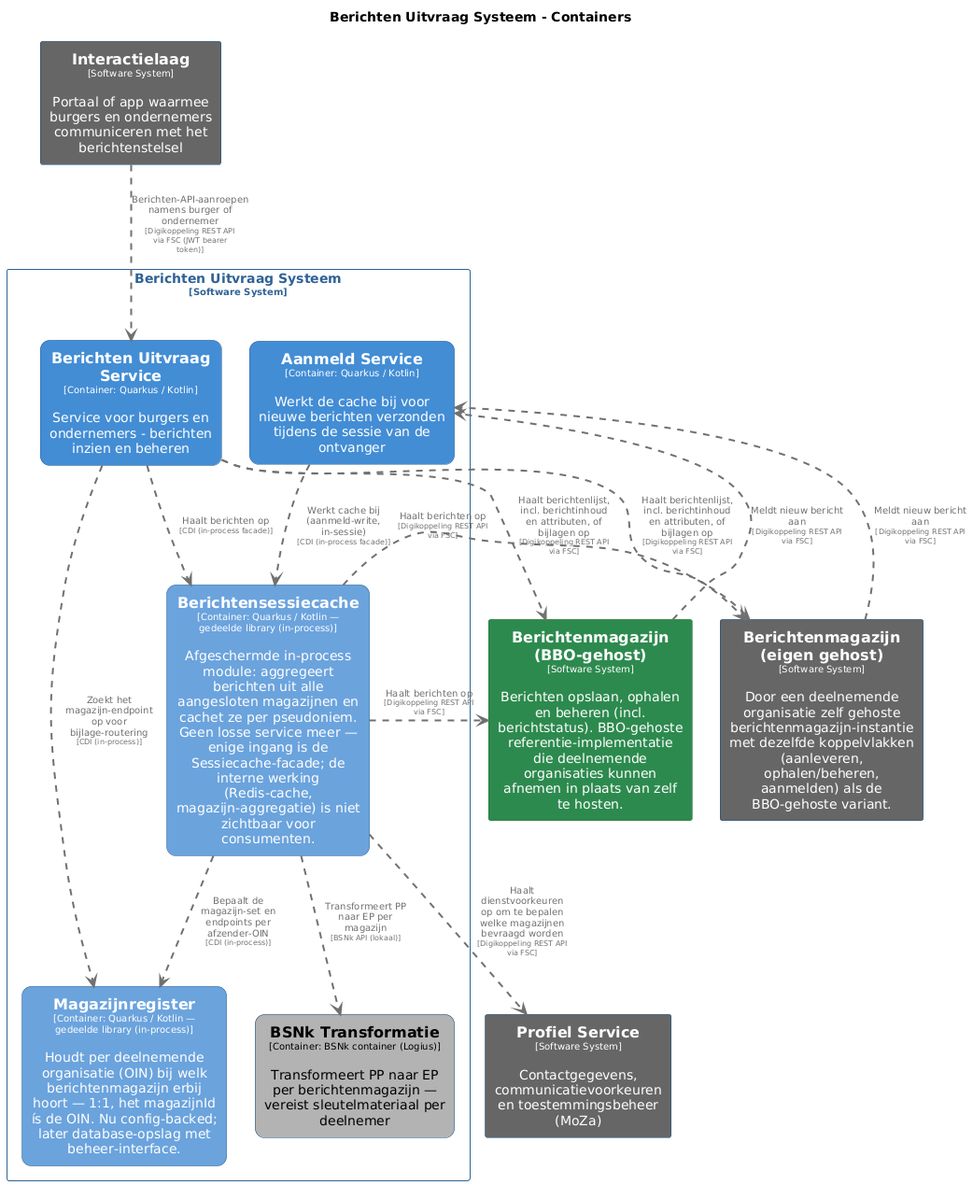
Earlier version of the PlantUML export master/png/BerichtenUitvraagSysteemContainers.png (MinBZK/moza-poc-fbs-berichtenbox).
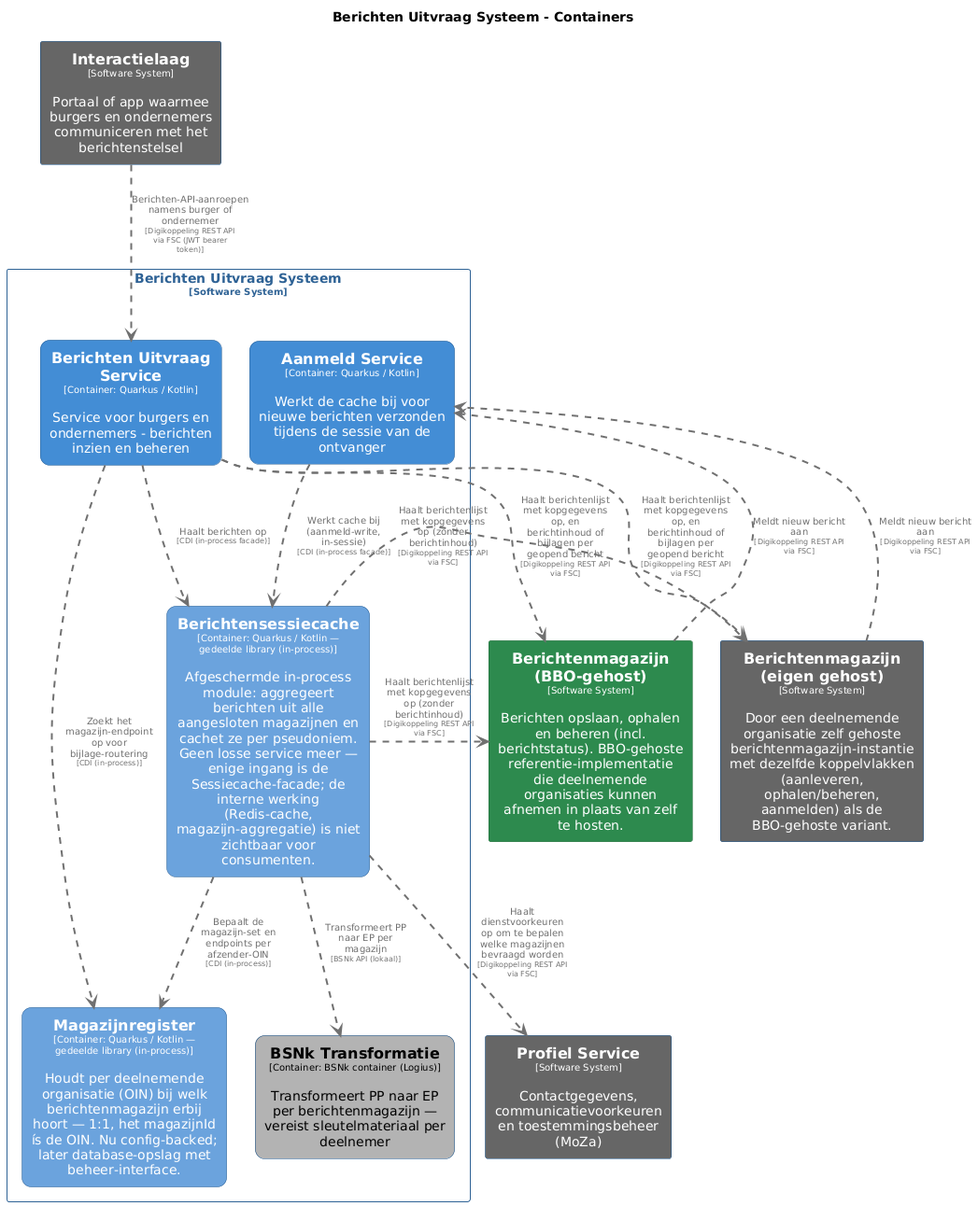
Above is the later version.

Diff of the diagram source:
```diff
@@ -94,13 +94,13 @@
 }
 
 Interactielaag .[#707070,thickness=2].> BerichtenUitvraagSysteem.BerichtenUitvraagService : "<color:#707070>Berichten-API-aanroepen namens burger of ondernemer\n<color:#707070><size:8>[Digikoppeling REST API via FSC (JWT bearer token)]</size>"
-BerichtenUitvraagSysteem.BerichtenUitvraagService .[#707070,thickness=2].> BerichtenmagazijnBBOgehost : "<color:#707070>Haalt berichtenlijst, incl. berichtinhoud en attributen, of bijlagen op\n<color:#707070><size:8>[Digikoppeling REST API via FSC]</size>"
+BerichtenUitvraagSysteem.BerichtenUitvraagService .[#707070,thickness=2].> BerichtenmagazijnBBOgehost : "<color:#707070>Haalt berichtenlijst met kopgegevens op, en berichtinhoud of bijlagen per geopend bericht\n<color:#707070><size:8>[Digikoppeling REST API via FSC]</size>"
 BerichtenmagazijnBBOgehost .[#707070,thickness=2].> BerichtenUitvraagSysteem.AanmeldService : "<color:#707070>Meldt nieuw bericht aan\n<color:#707070><size:8>[Digikoppeling REST API via FSC]</size>"
-BerichtenUitvraagSysteem.BerichtenUitvraagService .[#707070,thickness=2].> Berichtenmagazijneigengehost : "<color:#707070>Haalt berichtenlijst, incl. berichtinhoud en attributen, of bijlagen op\n<color:#707070><size:8>[Digikoppeling REST API via FSC]</size>"
-BerichtenUitvraagSysteem.Berichtensessiecache .[#707070,thickness=2].> Berichtenmagazijneigengehost : "<color:#707070>Haalt berichten op\n<color:#707070><size:8>[Digikoppeling REST API via FSC]</size>"
+BerichtenUitvraagSysteem.BerichtenUitvraagService .[#707070,thickness=2].> Berichtenmagazijneigengehost : "<color:#707070>Haalt berichtenlijst met kopgegevens op, en berichtinhoud of bijlagen per geopend bericht\n<color:#707070><size:8>[Digikoppeling REST API via FSC]</size>"
+BerichtenUitvraagSysteem.Berichtensessiecache .[#707070,thickness=2].> Berichtenmagazijneigengehost : "<color:#707070>Haalt berichtenlijst met kopgegevens op (zonder berichtinhoud)\n<color:#707070><size:8>[Digikoppeling REST API via FSC]</size>"
 Berichtenmagazijneigengehost .[#707070,thickness=2].> BerichtenUitvraagSysteem.AanmeldService : "<color:#707070>Meldt nieuw bericht aan\n<color:#707070><size:8>[Digikoppeling REST API via FSC]</size>"
 BerichtenUitvraagSysteem.Berichtensessiecache .[#707070,thickness=2].> ProfielService : "<color:#707070>Haalt dienstvoorkeuren op om te bepalen welke magazijnen bevraagd worden\n<color:#707070><size:8>[Digikoppeling REST API via FSC]</size>"
-BerichtenUitvraagSysteem.Berichtensessiecache .[#707070,thickness=2].> BerichtenmagazijnBBOgehost : "<color:#707070>Haalt berichten op\n<color:#707070><size:8>[Digikoppeling REST API via FSC]</size>"
+BerichtenUitvraagSysteem.Berichtensessiecache .[#707070,thickness=2].> BerichtenmagazijnBBOgehost : "<color:#707070>Haalt berichtenlijst met kopgegevens op (zonder berichtinhoud)\n<color:#707070><size:8>[Digikoppeling REST API via FSC]</size>"
 BerichtenUitvraagSysteem.Berichtensessiecache .[#707070,thickness=2].> BerichtenUitvraagSysteem.BSNkTransformatie : "<color:#707070>Transformeert PP naar EP per magazijn\n<color:#707070><size:8>[BSNk API (lokaal)]</size>"
 BerichtenUitvraagSysteem.AanmeldService .[#707070,thickness=2].> BerichtenUitvraagSysteem.Berichtensessiecache : "<color:#707070>Werkt cache bij (aanmeld-write, in-sessie)\n<color:#707070><size:8>[CDI (in-process facade)]</size>"
 BerichtenUitvraagSysteem.BerichtenUitvraagService .[#707070,thickness=2].> BerichtenUitvraagSysteem.Berichtensessiecache : "<color:#707070>Haalt berichten op\n<color:#707070><size:8>[CDI (in-process facade)]</size>"
```
